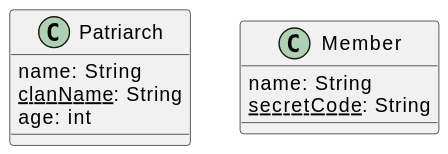
Above: programming-languages/databases/relational/_knowledge/_uml/rule1.svg in QuentinRa/blog.quentinra.dev (PlantUML), before the change.
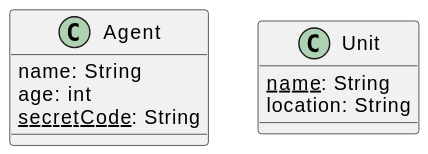
The same diagram one commit later.

Diff of the diagram source:
```diff
@@ -1,12 +1,12 @@
 @startuml
-class Patriarch {
+class Agent {
   name: String
-  <u>clanName</u>: String
   age: int
+  <u>secretCode</u>: String
 }
 
-class Member {
-    name: String
-    <u>secretCode</u>: String
+class Unit {
+    <u>name</u>: String
+    location: String
 }
 @enduml
```
